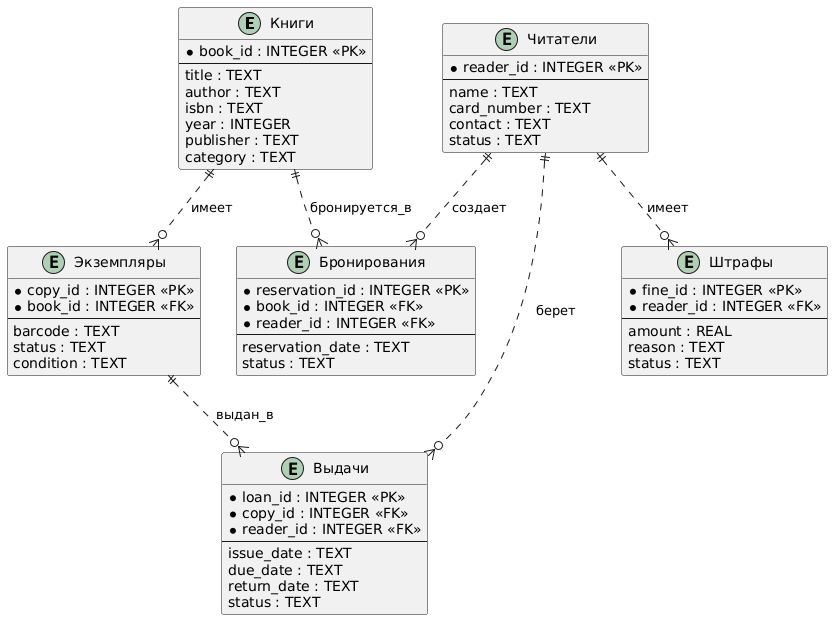
Before: docs/images/er_diagram.png, a diagram exported from PlantUML (EmAnto0/InfProject). The source it was exported from:
```plantuml
@startuml
entity "Книги" as Book {
  * book_id : INTEGER <<PK>>
  --
  title : TEXT
  author : TEXT
  isbn : TEXT
  year : INTEGER
  publisher : TEXT
  category : TEXT
}

entity "Экземпляры" as Copy {
  * copy_id : INTEGER <<PK>>
  * book_id : INTEGER <<FK>>
  --
  barcode : TEXT
  status : TEXT
  condition : TEXT
}

entity "Читатели" as Reader {
  * reader_id : INTEGER <<PK>>
  --
  name : TEXT
  card_number : TEXT
  contact : TEXT
  status : TEXT
}

entity "Выдачи" as Loan {
  * loan_id : INTEGER <<PK>>
  * copy_id : INTEGER <<FK>>
  * reader_id : INTEGER <<FK>>
  --
  issue_date : TEXT
  due_date : TEXT
  return_date : TEXT
  status : TEXT
}

entity "Бронирования" as Reservation {
  * reservation_id : INTEGER <<PK>>
  * book_id : INTEGER <<FK>>
  * reader_id : INTEGER <<FK>>
  --
  reservation_date : TEXT
  status : TEXT
}

entity "Штрафы" as Fine {
  * fine_id : INTEGER <<PK>>
  * reader_id : INTEGER <<FK>>
  --
  amount : REAL
  reason : TEXT
  status : TEXT
}

Book ||..o{ Copy : "имеет"
Copy ||..o{ Loan : "выдан_в"
Reader ||..o{ Loan : "берет"
Reader ||..o{ Reservation : "создает"
Book ||..o{ Reservation : "бронируется_в"
Reader ||..o{ Fine : "имеет"
@enduml
```
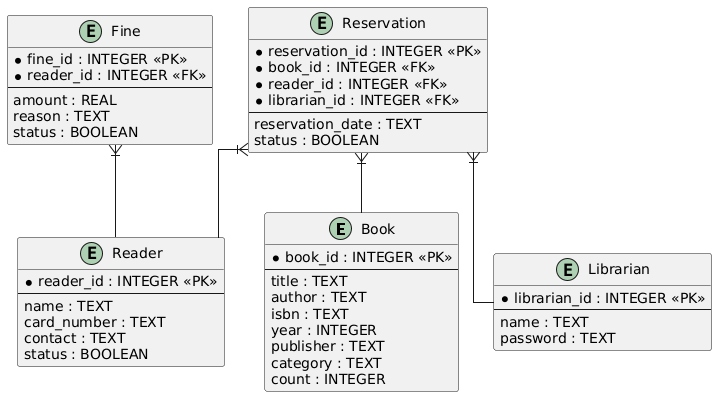
After the commit.

Diff of the diagram source:
```diff
@@ -1,5 +1,7 @@
 @startuml
-entity "Книги" as Book {
+skinparam linetype ortho
+
+entity "Book" as Book {
   * book_id : INTEGER <<PK>>
   --
   title : TEXT
@@ -8,59 +10,46 @@
   year : INTEGER
   publisher : TEXT
   category : TEXT
+  count : INTEGER
 }
 
-entity "Экземпляры" as Copy {
-  * copy_id : INTEGER <<PK>>
-  * book_id : INTEGER <<FK>>
-  --
-  barcode : TEXT
-  status : TEXT
-  condition : TEXT
-}
-
-entity "Читатели" as Reader {
+entity "Reader" as Reader {
   * reader_id : INTEGER <<PK>>
   --
   name : TEXT
   card_number : TEXT
   contact : TEXT
-  status : TEXT
+  status : BOOLEAN
 }
 
-entity "Выдачи" as Loan {
-  * loan_id : INTEGER <<PK>>
-  * copy_id : INTEGER <<FK>>
-  * reader_id : INTEGER <<FK>>
+entity "Librarian" as Librarian {
+  * librarian_id : INTEGER <<PK>>
   --
-  issue_date : TEXT
-  due_date : TEXT
-  return_date : TEXT
-  status : TEXT
+  name : TEXT
+  password : TEXT
 }
 
-entity "Бронирования" as Reservation {
+entity "Reservation" as Reservation {
   * reservation_id : INTEGER <<PK>>
   * book_id : INTEGER <<FK>>
   * reader_id : INTEGER <<FK>>
+  * librarian_id : INTEGER <<FK>>
   --
   reservation_date : TEXT
-  status : TEXT
+  status : BOOLEAN
 }
 
-entity "Штрафы" as Fine {
+entity "Fine" as Fine {
   * fine_id : INTEGER <<PK>>
   * reader_id : INTEGER <<FK>>
   --
   amount : REAL
   reason : TEXT
-  status : TEXT
+  status : BOOLEAN
 }
 
-Book ||..o{ Copy : "имеет"
-Copy ||..o{ Loan : "выдан_в"
-Reader ||..o{ Loan : "берет"
-Reader ||..o{ Reservation : "создает"
-Book ||..o{ Reservation : "бронируется_в"
-Reader ||..o{ Fine : "имеет"
+Reader -u-|{ Reservation
+Book -u-|{ Reservation
+Librarian -u-|{ Reservation
+Reader -u-|{ Fine
 @enduml
```
